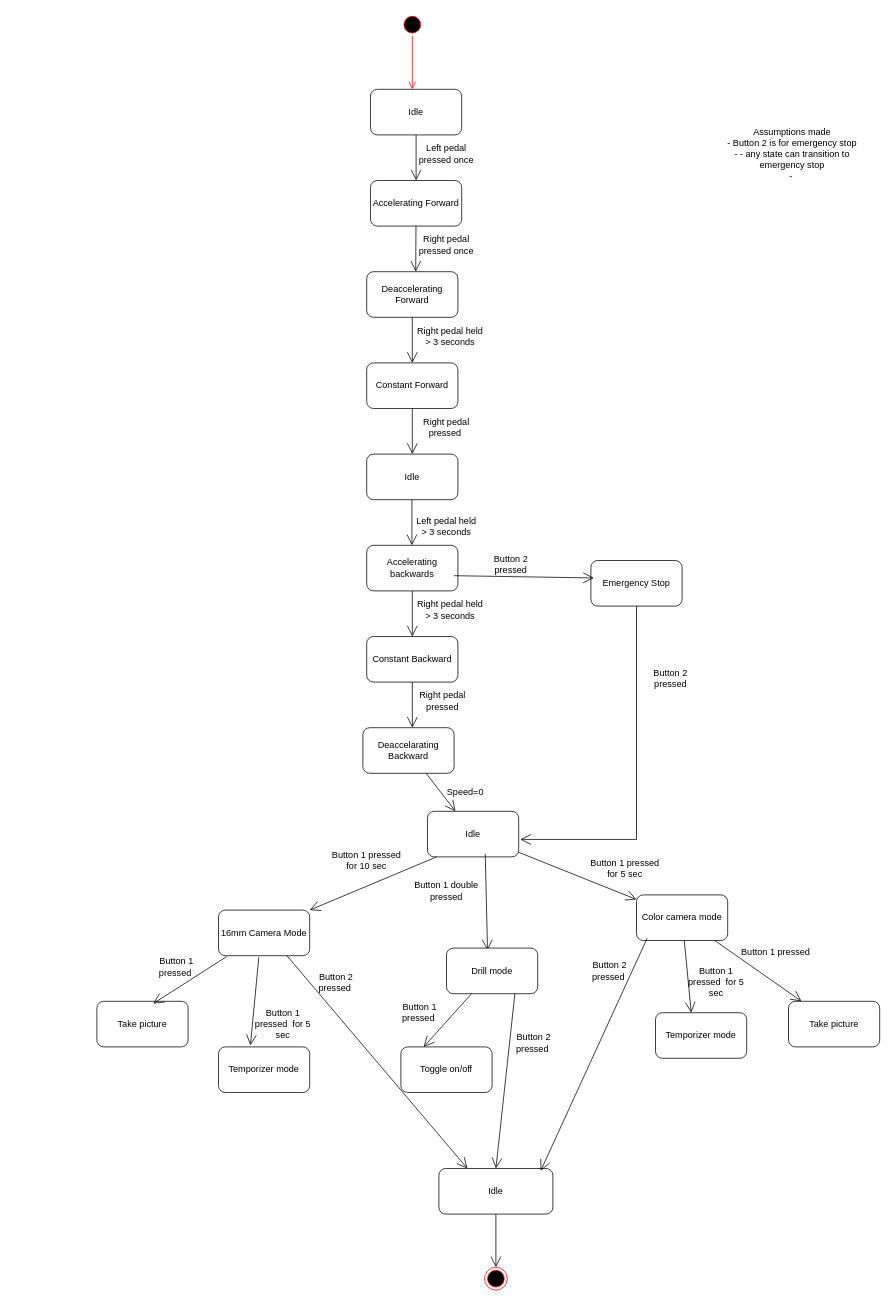
This is use-cases/extended rover state diagram.drawio from natasha-kiara/use-case-diagrams, a draw.io file, before an edit. Source tidied: cells renumbered, new cells numbered last; positions are measured from the earlier drawing's top-left corner, leaving out a move shared by most shapes. Both pictures are drawn from the tidied source at 76%, with x=0, y=0 at pixel (97, 13).
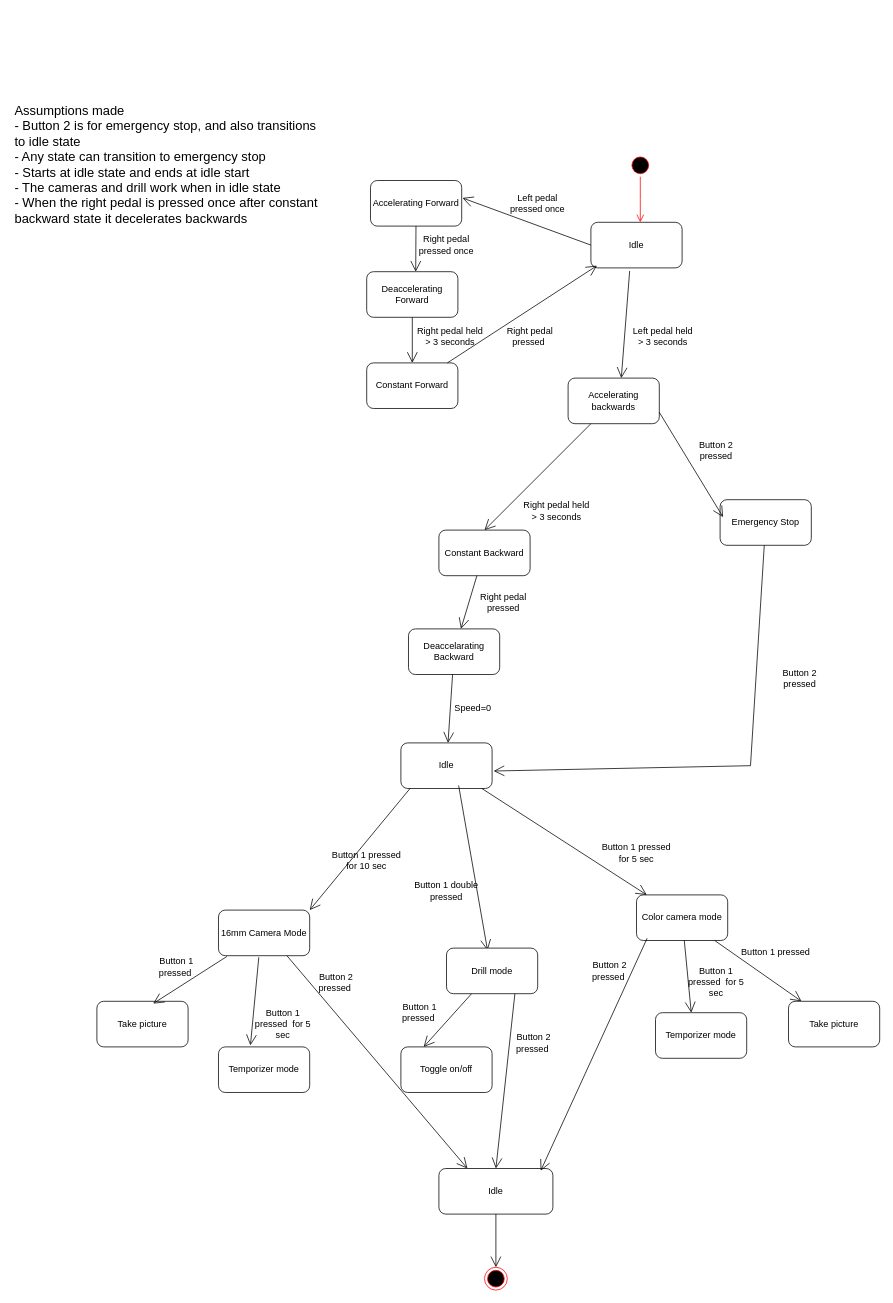
The same page after the edit.

Diff of the diagram source:
```diff
@@
-    <mxCell id="2" style="ellipse;html=1;shape=startState;fillColor=#000000;strokeColor=#ff0000;" parent="1" vertex="1">
-      <mxGeometry x="400" width="30" height="30" as="geometry" />
-    </mxCell>
-    <mxCell id="3" style="edgeStyle=orthogonalEdgeStyle;html=1;verticalAlign=bottom;endArrow=open;endSize=8;strokeColor=#ff0000;rounded=0;" parent="1" edge="1" source="2">
-      <mxGeometry relative="1" as="geometry">
-        <mxPoint x="415" y="100" as="targetPoint" />
-      </mxGeometry>
-    </mxCell>
@@
-    <mxCell id="5" style="endArrow=open;endFill=1;endSize=12;html=1;rounded=0;entryX=0.5;entryY=0;entryDx=0;entryDy=0;" parent="1" edge="1" target="8">
-      <mxGeometry relative="1" as="geometry">
-        <mxPoint x="420" y="160" as="sourcePoint" />
-      </mxGeometry>
-    </mxCell>
-    <mxCell id="6" value="Left pedal pressed once" style="text;html=1;align=center;verticalAlign=middle;whiteSpace=wrap;rounded=0;" parent="1" vertex="1">
-      <mxGeometry x="420" y="170" width="80" height="30" as="geometry" />
-    </mxCell>
-    <mxCell id="7" value="Idle" style="rounded=1;whiteSpace=wrap;html=1;" parent="1" vertex="1">
-      <mxGeometry x="360" y="100" width="120" height="60" as="geometry" />
-    </mxCell>
-    <mxCell id="8" value="Accelerating Forward" style="rounded=1;whiteSpace=wrap;html=1;" parent="1" vertex="1">
-      <mxGeometry x="360" y="220" width="120" height="60" as="geometry" />
-    </mxCell>
-    <mxCell id="9" style="endArrow=open;endFill=1;endSize=12;html=1;rounded=0;entryX=0.5;entryY=0;entryDx=0;entryDy=0;" parent="1" edge="1" source="8">
-      <mxGeometry relative="1" as="geometry">
-        <mxPoint x="419.5" y="340" as="targetPoint" />
-      </mxGeometry>
-    </mxCell>
-    <mxCell id="10" value="Deaccelerating Forward" style="rounded=1;whiteSpace=wrap;html=1;" parent="1" vertex="1">
-      <mxGeometry x="355" y="340" width="120" height="60" as="geometry" />
-    </mxCell>
-    <mxCell id="11" value="Right pedal pressed once" style="text;html=1;align=center;verticalAlign=middle;whiteSpace=wrap;rounded=0;" parent="1" vertex="1">
-      <mxGeometry x="420" y="290" width="80" height="30" as="geometry" />
-    </mxCell>
-    <mxCell id="12" style="endArrow=open;endFill=1;endSize=12;html=1;rounded=0;" parent="1" edge="1" source="10">
-      <mxGeometry relative="1" as="geometry">
-        <mxPoint x="415" y="460" as="targetPoint" />
-      </mxGeometry>
-    </mxCell>
-    <mxCell id="13" value="Constant Forward" style="rounded=1;whiteSpace=wrap;html=1;" parent="1" vertex="1">
-      <mxGeometry x="355" y="460" width="120" height="60" as="geometry" />
-    </mxCell>
-    <mxCell id="14" value="Right pedal held &amp;gt; 3 seconds" style="text;html=1;align=center;verticalAlign=middle;whiteSpace=wrap;rounded=0;" parent="1" vertex="1">
-      <mxGeometry x="420" y="410" width="90" height="30" as="geometry" />
-    </mxCell>
-    <mxCell id="15" style="endArrow=open;endFill=1;endSize=12;html=1;rounded=0;entryX=0.5;entryY=0;entryDx=0;entryDy=0;" parent="1" edge="1" source="13" target="17">
-      <mxGeometry relative="1" as="geometry" />
-    </mxCell>
-    <mxCell id="16" value="Right pedal pressed&amp;nbsp;" style="text;html=1;align=center;verticalAlign=middle;whiteSpace=wrap;rounded=0;" parent="1" vertex="1">
-      <mxGeometry x="420" y="530" width="80" height="30" as="geometry" />
-    </mxCell>
-    <mxCell id="17" value="Idle" style="rounded=1;whiteSpace=wrap;html=1;" parent="1" vertex="1">
-      <mxGeometry x="355" y="580" width="120" height="60" as="geometry" />
-    </mxCell>
-    <mxCell id="18" style="endArrow=open;endFill=1;endSize=12;html=1;rounded=0;entryX=0.5;entryY=0;entryDx=0;entryDy=0;" parent="1" edge="1">
-      <mxGeometry relative="1" as="geometry">
-        <mxPoint x="414.5" y="640" as="sourcePoint" />
-        <mxPoint x="414.5" y="700" as="targetPoint" />
-      </mxGeometry>
-    </mxCell>
-    <mxCell id="19" value="Left pedal held &amp;gt; 3 seconds" style="text;html=1;align=center;verticalAlign=middle;whiteSpace=wrap;rounded=0;" parent="1" vertex="1">
-      <mxGeometry x="415" y="660" width="90" height="30" as="geometry" />
-    </mxCell>
-    <mxCell id="20" value="Accelerating backwards" style="rounded=1;whiteSpace=wrap;html=1;" parent="1" vertex="1">
-      <mxGeometry x="355" y="700" width="120" height="60" as="geometry" />
-    </mxCell>
-    <mxCell id="21" value="Right pedal held &amp;gt; 3 seconds" style="text;html=1;align=center;verticalAlign=middle;whiteSpace=wrap;rounded=0;" parent="1" vertex="1">
-      <mxGeometry x="420" y="770" width="90" height="30" as="geometry" />
-    </mxCell>
-    <mxCell id="22" style="endArrow=open;endFill=1;endSize=12;html=1;rounded=0;entryX=0.5;entryY=0;entryDx=0;entryDy=0;" parent="1" edge="1" source="20" target="23">
-      <mxGeometry relative="1" as="geometry" />
-    </mxCell>
-    <mxCell id="23" value="Constant Backward" style="rounded=1;whiteSpace=wrap;html=1;" parent="1" vertex="1">
-      <mxGeometry x="355" y="820" width="120" height="60" as="geometry" />
-    </mxCell>
-    <mxCell id="24" style="endArrow=open;endFill=1;endSize=12;html=1;rounded=0;entryX=0.542;entryY=0;entryDx=0;entryDy=0;entryPerimeter=0;" parent="1" edge="1" target="26">
-      <mxGeometry relative="1" as="geometry">
-        <mxPoint x="415" y="880" as="sourcePoint" />
-      </mxGeometry>
-    </mxCell>
-    <mxCell id="25" value="Right pedal pressed" style="text;html=1;align=center;verticalAlign=middle;whiteSpace=wrap;rounded=0;" parent="1" vertex="1">
-      <mxGeometry x="410" y="890" width="90" height="30" as="geometry" />
-    </mxCell>
-    <mxCell id="26" value="Deaccelarating Backward" style="rounded=1;whiteSpace=wrap;html=1;" parent="1" vertex="1">
-      <mxGeometry x="350" y="940" width="120" height="60" as="geometry" />
-    </mxCell>
-    <mxCell id="27" style="endArrow=open;endFill=1;endSize=12;html=1;rounded=0;" parent="1" edge="1" source="26" target="29">
-      <mxGeometry relative="1" as="geometry" />
-    </mxCell>
-    <mxCell id="28" value="Speed=0" style="text;html=1;align=center;verticalAlign=middle;whiteSpace=wrap;rounded=0;" parent="1" vertex="1">
-      <mxGeometry x="440" y="1010" width="90" height="30" as="geometry" />
-    </mxCell>
     <mxCell id="29" value="Idle" style="rounded=1;whiteSpace=wrap;html=1;" parent="1" vertex="1">
-      <mxGeometry x="435" y="1050" width="120" height="60" as="geometry" />
+      <mxGeometry x="400" y="960" width="120" height="60" as="geometry" />
     </mxCell>
@@
-    <mxCell id="31" value="Emergency Stop" style="rounded=1;whiteSpace=wrap;html=1;" parent="1" vertex="1">
-      <mxGeometry x="650" y="720" width="120" height="60" as="geometry" />
-    </mxCell>
-    <mxCell id="32" style="endArrow=open;endFill=1;endSize=12;html=1;rounded=0;entryX=0.033;entryY=0.383;entryDx=0;entryDy=0;entryPerimeter=0;" parent="1" edge="1" target="31">
-      <mxGeometry relative="1" as="geometry">
-        <mxPoint x="470" y="740" as="sourcePoint" />
-      </mxGeometry>
-    </mxCell>
-    <mxCell id="33" value="Button 2 pressed" style="text;html=1;align=center;verticalAlign=middle;whiteSpace=wrap;rounded=0;" parent="1" vertex="1">
-      <mxGeometry x="500" y="710" width="90" height="30" as="geometry" />
-    </mxCell>
-    <mxCell id="34" style="endArrow=open;endFill=1;endSize=12;html=1;rounded=0;entryX=1.017;entryY=0.617;entryDx=0;entryDy=0;entryPerimeter=0;" parent="1" edge="1" source="31" target="29">
-      <mxGeometry relative="1" as="geometry">
-        <Array as="points">
-          <mxPoint x="710" y="1087" />
-        </Array>
-      </mxGeometry>
-    </mxCell>
-    <mxCell id="35" value="Button 2 pressed" style="text;html=1;align=center;verticalAlign=middle;whiteSpace=wrap;rounded=0;" parent="1" vertex="1">
-      <mxGeometry x="710" y="860" width="90" height="30" as="geometry" />
-    </mxCell>
-    <mxCell id="36" value="Assumptions made&lt;div&gt;- Button 2 is for emergency stop&lt;/div&gt;&lt;div&gt;- - any state can transition to emergency stop&lt;/div&gt;&lt;div&gt;-&amp;nbsp;&lt;/div&gt;" style="text;html=1;align=center;verticalAlign=middle;whiteSpace=wrap;rounded=0;" parent="1" vertex="1">
-      <mxGeometry x="820" y="150" width="190" height="70" as="geometry" />
+    <mxCell id="36" value="Assumptions made&lt;div style=&quot;font-size: 17px;&quot;&gt;- Button 2 is for emergency stop, and also transitions to idle state&lt;/div&gt;&lt;div style=&quot;font-size: 17px;&quot;&gt;- Any state can transition to emergency stop&lt;/div&gt;&lt;div style=&quot;font-size: 17px;&quot;&gt;- Starts at idle state and ends at idle start&lt;/div&gt;&lt;div style=&quot;font-size: 17px;&quot;&gt;- The cameras and drill work when in idle state&lt;/div&gt;&lt;div style=&quot;font-size: 17px;&quot;&gt;- When the right pedal is pressed once after constant backward state it decelerates backwards&lt;/div&gt;" style="text;html=1;align=left;verticalAlign=middle;whiteSpace=wrap;rounded=0;fontSize=17;" parent="1" vertex="1">
+      <mxGeometry x="-110" y="125" width="410" height="150" as="geometry" />
     </mxCell>
     <mxCell id="37" value="Button 1 pressed for 5 sec" style="text;html=1;align=center;verticalAlign=middle;whiteSpace=wrap;rounded=0;" parent="1" vertex="1">
-      <mxGeometry x="640" y="1110" width="110" height="30" as="geometry" />
+      <mxGeometry x="655" y="1090" width="110" height="30" as="geometry" />
     </mxCell>
@@
+    <mxCell id="68" style="endArrow=open;endFill=1;endSize=12;html=1;rounded=0;entryX=1.008;entryY=0.383;entryDx=0;entryDy=0;exitX=0;exitY=0.5;exitDx=0;exitDy=0;entryPerimeter=0;" parent="1" edge="1" source="69" target="8">
+      <mxGeometry relative="1" as="geometry" />
+    </mxCell>
+    <mxCell id="6" value="Left pedal pressed once" style="text;html=1;align=center;verticalAlign=middle;whiteSpace=wrap;rounded=0;" parent="1" vertex="1">
+      <mxGeometry x="540" y="235" width="80" height="30" as="geometry" />
+    </mxCell>
+    <mxCell id="69" value="Idle" style="rounded=1;whiteSpace=wrap;html=1;" parent="1" vertex="1">
+      <mxGeometry x="650" y="275" width="120" height="60" as="geometry" />
+    </mxCell>
+    <mxCell id="8" value="Accelerating Forward" style="rounded=1;whiteSpace=wrap;html=1;" parent="1" vertex="1">
+      <mxGeometry x="360" y="220" width="120" height="60" as="geometry" />
+    </mxCell>
+    <mxCell id="70" style="endArrow=open;endFill=1;endSize=12;html=1;rounded=0;entryX=0.5;entryY=0;entryDx=0;entryDy=0;" parent="1" edge="1" source="8">
+      <mxGeometry relative="1" as="geometry">
+        <mxPoint x="419.5" y="340" as="targetPoint" />
+      </mxGeometry>
+    </mxCell>
+    <mxCell id="10" value="Deaccelerating Forward" style="rounded=1;whiteSpace=wrap;html=1;" parent="1" vertex="1">
+      <mxGeometry x="355" y="340" width="120" height="60" as="geometry" />
+    </mxCell>
+    <mxCell id="11" value="Right pedal pressed once" style="text;html=1;align=center;verticalAlign=middle;whiteSpace=wrap;rounded=0;" parent="1" vertex="1">
+      <mxGeometry x="420" y="290" width="80" height="30" as="geometry" />
+    </mxCell>
+    <mxCell id="71" style="endArrow=open;endFill=1;endSize=12;html=1;rounded=0;" parent="1" edge="1" source="10">
+      <mxGeometry relative="1" as="geometry">
+        <mxPoint x="415" y="460" as="targetPoint" />
+      </mxGeometry>
+    </mxCell>
+    <mxCell id="13" value="Constant Forward" style="rounded=1;whiteSpace=wrap;html=1;" parent="1" vertex="1">
+      <mxGeometry x="355" y="460" width="120" height="60" as="geometry" />
+    </mxCell>
+    <mxCell id="14" value="Right pedal held &amp;gt; 3 seconds" style="text;html=1;align=center;verticalAlign=middle;whiteSpace=wrap;rounded=0;" parent="1" vertex="1">
+      <mxGeometry x="420" y="410" width="90" height="30" as="geometry" />
+    </mxCell>
+    <mxCell id="72" style="endArrow=open;endFill=1;endSize=12;html=1;rounded=0;entryX=0.067;entryY=0.95;entryDx=0;entryDy=0;entryPerimeter=0;" parent="1" edge="1" source="13" target="69">
+      <mxGeometry relative="1" as="geometry" />
+    </mxCell>
+    <mxCell id="16" value="Right pedal pressed&amp;nbsp;" style="text;html=1;align=center;verticalAlign=middle;whiteSpace=wrap;rounded=0;" parent="1" vertex="1">
+      <mxGeometry x="530" y="410" width="80" height="30" as="geometry" />
+    </mxCell>
+    <mxCell id="73" style="endArrow=open;endFill=1;endSize=12;html=1;rounded=0;exitX=0.425;exitY=1.067;exitDx=0;exitDy=0;exitPerimeter=0;" parent="1" edge="1" source="69">
+      <mxGeometry relative="1" as="geometry">
+        <mxPoint x="690" y="480" as="targetPoint" />
+      </mxGeometry>
+    </mxCell>
+    <mxCell id="19" value="Left pedal held &amp;gt; 3 seconds" style="text;html=1;align=center;verticalAlign=middle;whiteSpace=wrap;rounded=0;" parent="1" vertex="1">
+      <mxGeometry x="700" y="410" width="90" height="30" as="geometry" />
+    </mxCell>
+    <mxCell id="20" value="Accelerating backwards" style="rounded=1;whiteSpace=wrap;html=1;" parent="1" vertex="1">
+      <mxGeometry x="620" y="480" width="120" height="60" as="geometry" />
+    </mxCell>
+    <mxCell id="21" value="Right pedal held &amp;gt; 3 seconds" style="text;html=1;align=center;verticalAlign=middle;whiteSpace=wrap;rounded=0;" parent="1" vertex="1">
+      <mxGeometry x="560" y="640" width="90" height="30" as="geometry" />
+    </mxCell>
+    <mxCell id="22" style="endArrow=open;endFill=1;endSize=12;html=1;rounded=0;entryX=0.5;entryY=0;entryDx=0;entryDy=0;" parent="1" edge="1" source="20" target="23">
+      <mxGeometry relative="1" as="geometry" />
+    </mxCell>
+    <mxCell id="23" value="Constant Backward" style="rounded=1;whiteSpace=wrap;html=1;" parent="1" vertex="1">
+      <mxGeometry x="450" y="680" width="120" height="60" as="geometry" />
+    </mxCell>
+    <mxCell id="74" style="endArrow=open;endFill=1;endSize=12;html=1;rounded=0;" parent="1" edge="1" target="26">
+      <mxGeometry relative="1" as="geometry">
+        <mxPoint x="500" y="740" as="sourcePoint" />
+      </mxGeometry>
+    </mxCell>
+    <mxCell id="25" value="Right pedal pressed" style="text;html=1;align=center;verticalAlign=middle;whiteSpace=wrap;rounded=0;" parent="1" vertex="1">
+      <mxGeometry x="490" y="760" width="90" height="30" as="geometry" />
+    </mxCell>
+    <mxCell id="26" value="Deaccelarating Backward" style="rounded=1;whiteSpace=wrap;html=1;" parent="1" vertex="1">
+      <mxGeometry x="410" y="810" width="120" height="60" as="geometry" />
+    </mxCell>
+    <mxCell id="75" style="endArrow=open;endFill=1;endSize=12;html=1;rounded=0;" parent="1" edge="1" source="26">
+      <mxGeometry relative="1" as="geometry">
+        <mxPoint x="462" y="960" as="targetPoint" />
+      </mxGeometry>
+    </mxCell>
+    <mxCell id="28" value="Speed=0" style="text;html=1;align=center;verticalAlign=middle;whiteSpace=wrap;rounded=0;" parent="1" vertex="1">
+      <mxGeometry x="450" y="900" width="90" height="30" as="geometry" />
+    </mxCell>
+    <mxCell id="31" value="Emergency Stop" style="rounded=1;whiteSpace=wrap;html=1;" parent="1" vertex="1">
+      <mxGeometry x="820" y="640" width="120" height="60" as="geometry" />
+    </mxCell>
+    <mxCell id="76" style="endArrow=open;endFill=1;endSize=12;html=1;rounded=0;entryX=0.033;entryY=0.383;entryDx=0;entryDy=0;entryPerimeter=0;exitX=1;exitY=0.75;exitDx=0;exitDy=0;" parent="1" edge="1" source="20" target="31">
+      <mxGeometry relative="1" as="geometry" />
+    </mxCell>
+    <mxCell id="77" value="Button 2 pressed" style="text;html=1;align=center;verticalAlign=middle;whiteSpace=wrap;rounded=0;" parent="1" vertex="1">
+      <mxGeometry x="770" y="560" width="90" height="30" as="geometry" />
+    </mxCell>
+    <mxCell id="78" style="endArrow=open;endFill=1;endSize=12;html=1;rounded=0;entryX=1.017;entryY=0.617;entryDx=0;entryDy=0;entryPerimeter=0;" parent="1" edge="1" source="31">
+      <mxGeometry relative="1" as="geometry">
+        <mxPoint x="522" y="997" as="targetPoint" />
+        <Array as="points">
+          <mxPoint x="860" y="990" />
+        </Array>
+      </mxGeometry>
+    </mxCell>
+    <mxCell id="79" value="Button 2 pressed" style="text;html=1;align=center;verticalAlign=middle;whiteSpace=wrap;rounded=0;" parent="1" vertex="1">
+      <mxGeometry x="880" y="860" width="90" height="30" as="geometry" />
+    </mxCell>
+    <mxCell id="80" style="ellipse;html=1;shape=startState;fillColor=#000000;strokeColor=#ff0000;" parent="1" vertex="1">
+      <mxGeometry x="700" y="185" width="30" height="30" as="geometry" />
+    </mxCell>
+    <mxCell id="81" style="edgeStyle=orthogonalEdgeStyle;html=1;verticalAlign=bottom;endArrow=open;endSize=8;strokeColor=#ff0000;rounded=0;" parent="1" edge="1" source="80">
+      <mxGeometry relative="1" as="geometry">
+        <mxPoint x="715" y="275" as="targetPoint" />
+      </mxGeometry>
+    </mxCell>
```
